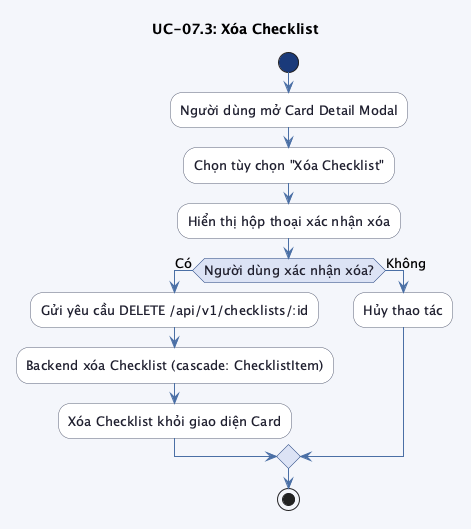
This is src/images/chap3/activity_uc07_3.png from trongnhan34vn/trello-report, a PlantUML export, as it was before one commit.
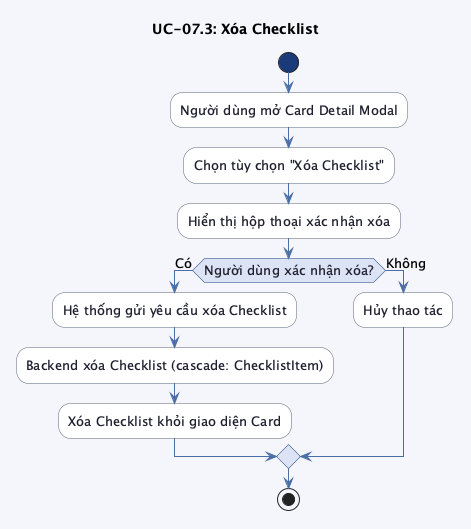
Later version of the same file.

The edit, as a diff of the source:
```diff
@@ -24,7 +24,7 @@
 :Hiển thị hộp thoại xác nhận xóa;
 
 if (Người dùng xác nhận xóa?) then (Có)
-    :Gửi yêu cầu DELETE /api/v1/checklists/:id;
+    :Hệ thống gửi yêu cầu xóa Checklist;
     :Backend xóa Checklist (cascade: ChecklistItem);
     :Xóa Checklist khỏi giao diện Card;
 else (Không)
```
